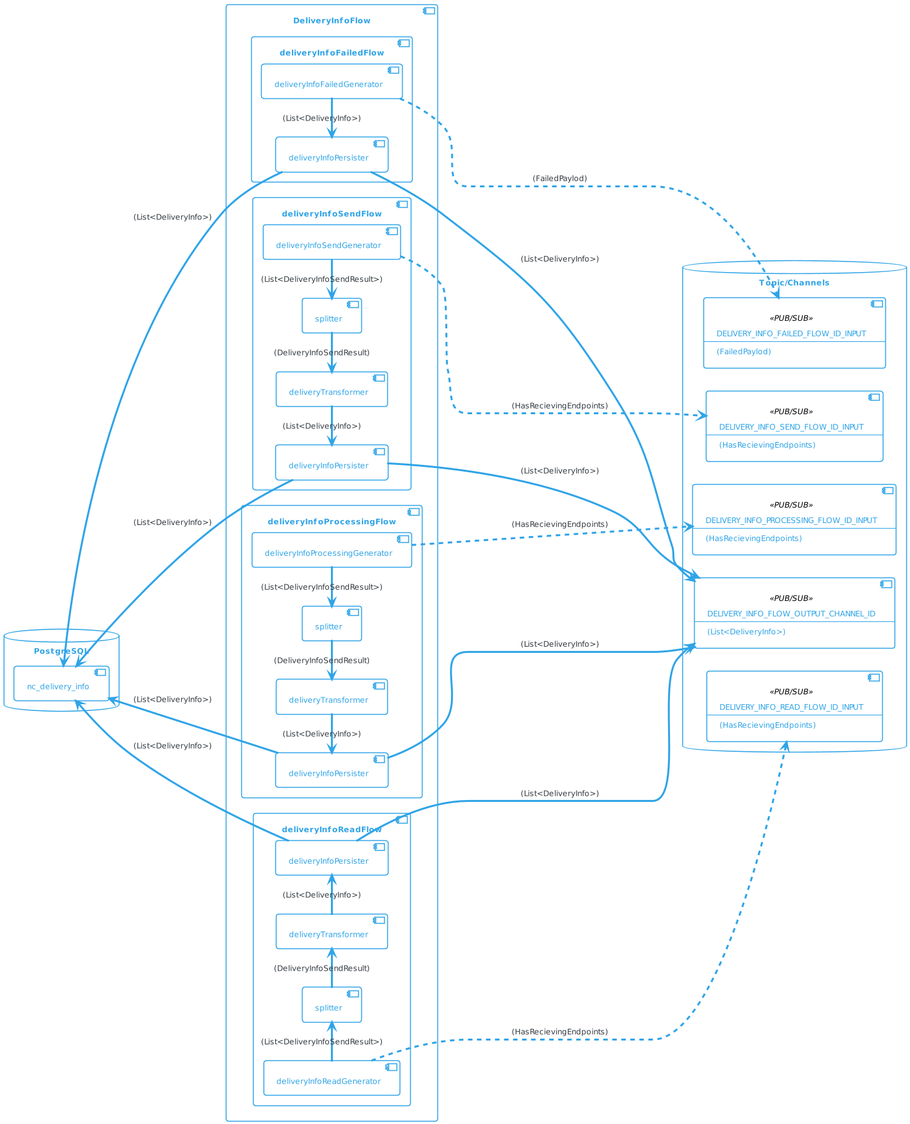
Above: docs/diagrams/png/delivery-info-flow.png in com-obj/notiflow (PlantUML), before the change.
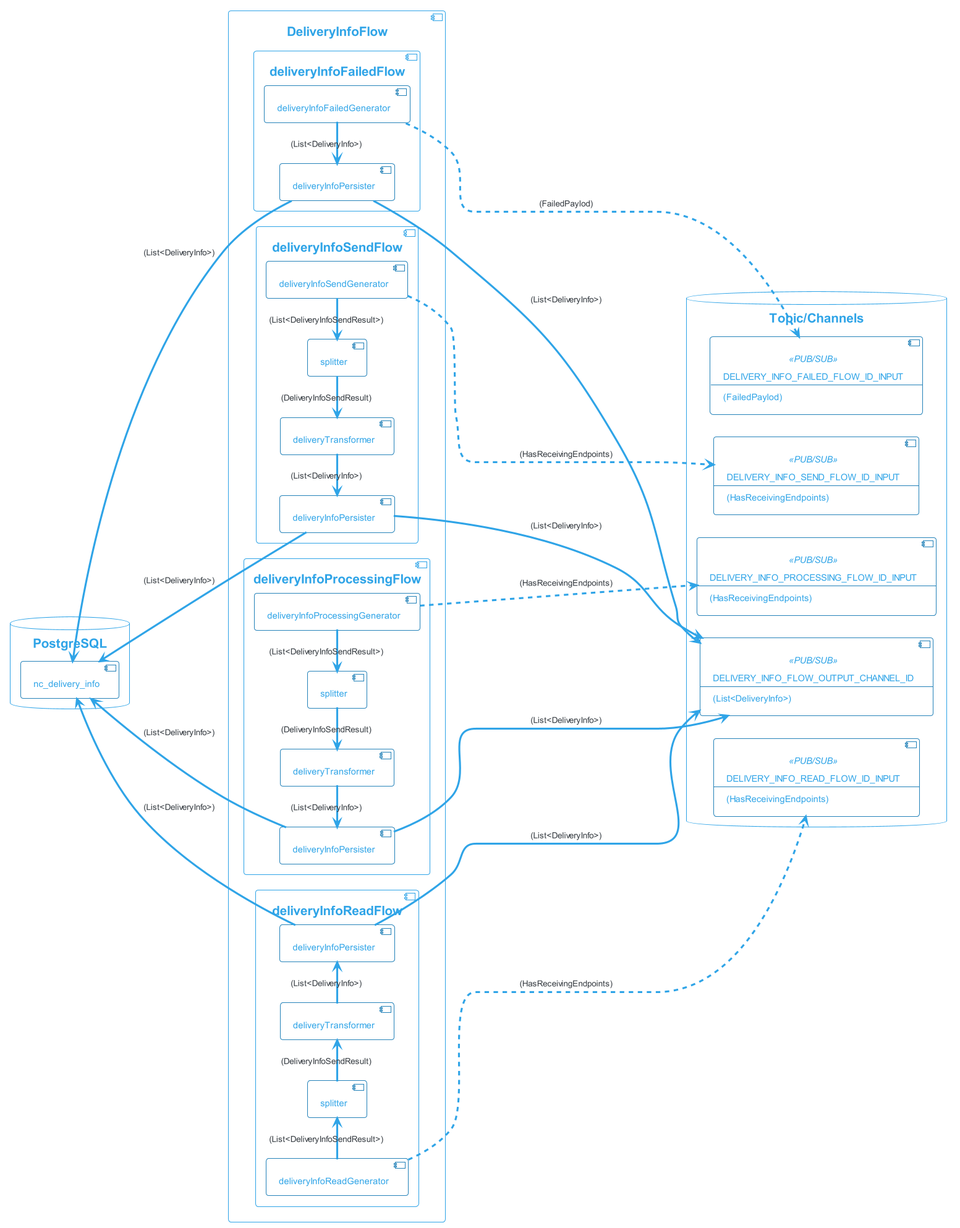
After the change.

Diff of the diagram source:
```diff
@@ -1,4 +1,5 @@
 @startuml
+
 !theme cerulean-outline
 
 left to right direction
@@ -18,17 +19,17 @@
     component DELIVERY_INFO_PROCESSING_FLOW_ID_INPUT<<PUB/SUB>>  [
         DELIVERY_INFO_PROCESSING_FLOW_ID_INPUT
         --
-        (HasRecievingEndpoints)
+        (HasReceivingEndpoints)
     ]
     component DELIVERY_INFO_SEND_FLOW_ID_INPUT<<PUB/SUB>>  [
         DELIVERY_INFO_SEND_FLOW_ID_INPUT
         --
-        (HasRecievingEndpoints)
+        (HasReceivingEndpoints)
     ]
     component DELIVERY_INFO_READ_FLOW_ID_INPUT<<PUB/SUB>>  [
         DELIVERY_INFO_READ_FLOW_ID_INPUT
         --
-        (HasRecievingEndpoints)
+        (HasReceivingEndpoints)
     ]
     component DELIVERY_INFO_FAILED_FLOW_ID_INPUT<<PUB/SUB>> [
         DELIVERY_INFO_FAILED_FLOW_ID_INPUT
@@ -67,7 +68,7 @@
         dips_send -l-> dt_send: (DeliveryInfoSendResult)
         dt_send -l-> dip_send: (List<DeliveryInfo>)
 
-        deliveryInfoSendGenerator ..> DELIVERY_INFO_SEND_FLOW_ID_INPUT: (HasRecievingEndpoints)
+        deliveryInfoSendGenerator ..> DELIVERY_INFO_SEND_FLOW_ID_INPUT: (HasReceivingEndpoints)
         dip_send -----> DELIVERY_INFO_FLOW_OUTPUT_CHANNEL_ID: (List<DeliveryInfo>)
 
         dip_send -u-> nc_delivery_info: (List<DeliveryInfo>)
@@ -83,7 +84,7 @@
         dips_processing -l-> dt_processing: (DeliveryInfoSendResult)
         dt_processing -l-> dip_processing: (List<DeliveryInfo>)
 
-        deliveryInfoProcessingGenerator ..> DELIVERY_INFO_PROCESSING_FLOW_ID_INPUT: (HasRecievingEndpoints)
+        deliveryInfoProcessingGenerator ..> DELIVERY_INFO_PROCESSING_FLOW_ID_INPUT: (HasReceivingEndpoints)
         dip_processing -----> DELIVERY_INFO_FLOW_OUTPUT_CHANNEL_ID: (List<DeliveryInfo>)
 
         dip_processing -u-> nc_delivery_info: (List<DeliveryInfo>)
@@ -99,10 +100,11 @@
         dips_read -> dt_read: (DeliveryInfoSendResult)
         dt_read -> dip_read: (List<DeliveryInfo>)
 
-        deliveryInfoReadGenerator ..> DELIVERY_INFO_READ_FLOW_ID_INPUT: (HasRecievingEndpoints)
+        deliveryInfoReadGenerator ..> DELIVERY_INFO_READ_FLOW_ID_INPUT: (HasReceivingEndpoints)
         dip_read -----> DELIVERY_INFO_FLOW_OUTPUT_CHANNEL_ID: (List<DeliveryInfo>)
 
         dip_read -u-> nc_delivery_info: (List<DeliveryInfo>)
     }
 }
+
 @enduml
```
